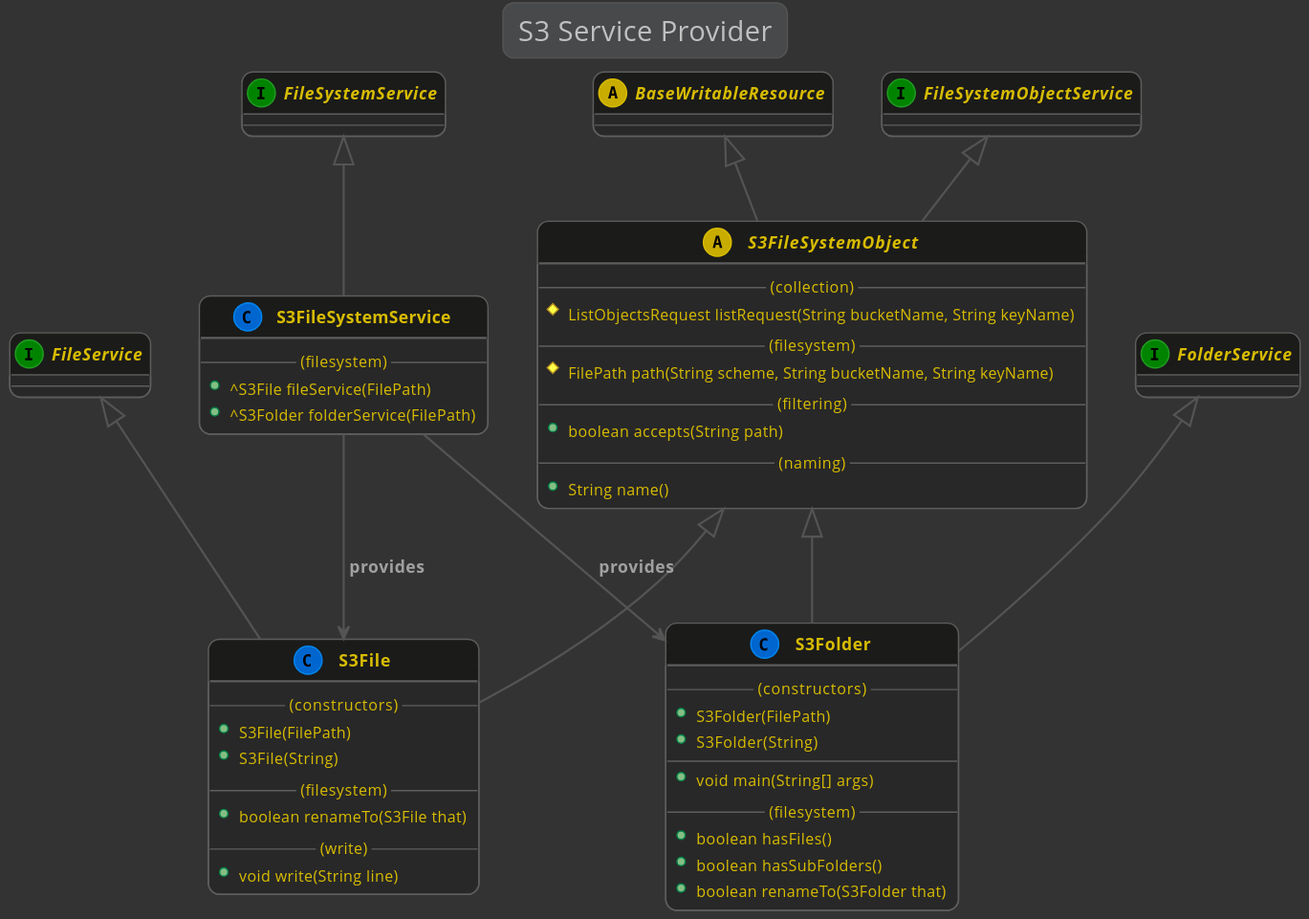
Above: kivakit-filesystems/s3fs/documentation/diagrams/diagram-s3.svg in Telenav/kivakit (PlantUML), before the change. Its diagram source:
```plantuml
@startuml

    !include ../lexakai.theme

    title "S3 Service Provider"

    abstract BaseWritableResource

    interface FileSystemService
    interface FileSystemObjectService
    interface FileService
    interface FolderService

    S3FileSystemObject <|-- S3File
    FileService <|-- S3File
    class S3File
    {
        --(constructors)--
        +S3File(FilePath)
        +S3File(String)
        --(filesystem)--
        +boolean renameTo(S3File that)
        --(write)--
        +void write(String line)
    }

    BaseWritableResource <|-- S3FileSystemObject
    FileSystemObjectService <|-- S3FileSystemObject
    abstract class S3FileSystemObject
    {
        --(collection)--
        #ListObjectsRequest listRequest(String bucketName, String keyName)
        --(filesystem)--
        #FilePath path(String scheme, String bucketName, String keyName)
        --(filtering)--
        +boolean accepts(String path)
        --(naming)--
        +String name()
    }

    FileSystemService <|-- S3FileSystemService
    S3FileSystemService --> S3File : "provides"
    S3FileSystemService --> S3Folder : "provides"
    class S3FileSystemService
    {
        --(filesystem)--
        +^S3File fileService(FilePath)
        +^S3Folder folderService(FilePath)
    }

    S3FileSystemObject <|-- S3Folder
    FolderService <|-- S3Folder
    class S3Folder
    {
        --(constructors)--
        +S3Folder(FilePath)
        +S3Folder(String)
        --
        +void main(String[] args)
        --(filesystem)--
        +boolean hasFiles()
        +boolean hasSubFolders()
        +boolean renameTo(S3Folder that)
    }

@enduml
```
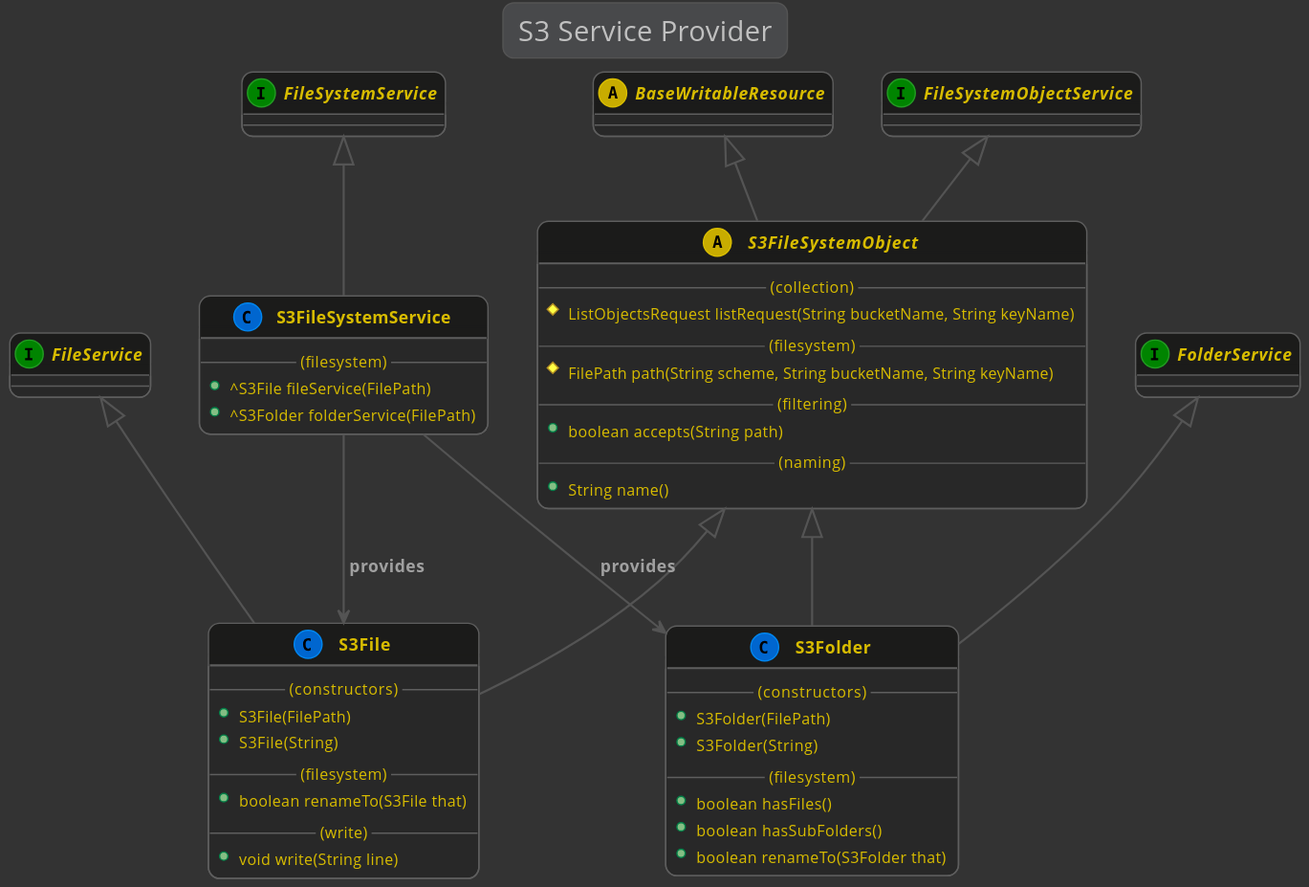
After the change.

Diff of the diagram source:
```diff
@@ -55,8 +55,6 @@
         --(constructors)--
         +S3Folder(FilePath)
         +S3Folder(String)
-        --
-        +void main(String[] args)
         --(filesystem)--
         +boolean hasFiles()
         +boolean hasSubFolders()
```
